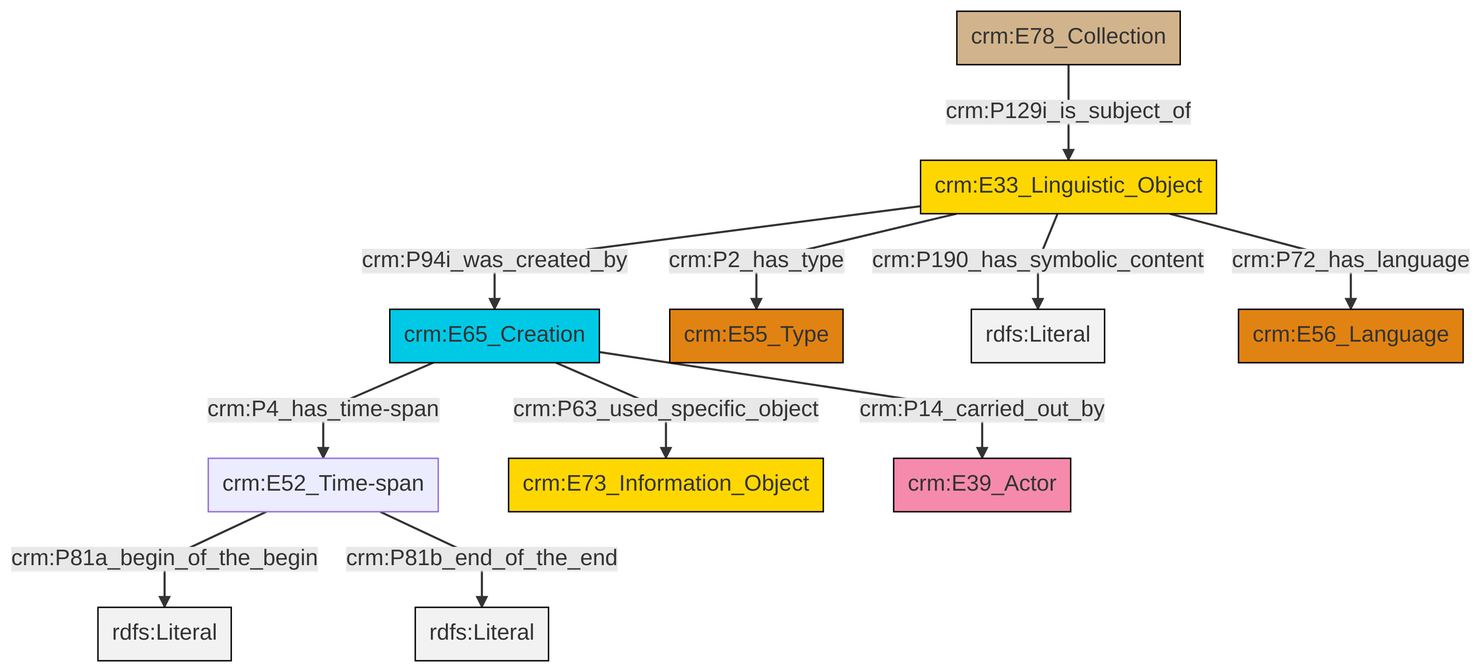
Earlier version of the Mermaid export et/archivalCSV/ttl/mmd/png/archival_desc.png (swiss-art-research-net/docs.swissartresearch). Its source is kept beside it as et/archivalCSV/ttl/mmd/archival_desc.ttl.mmd.
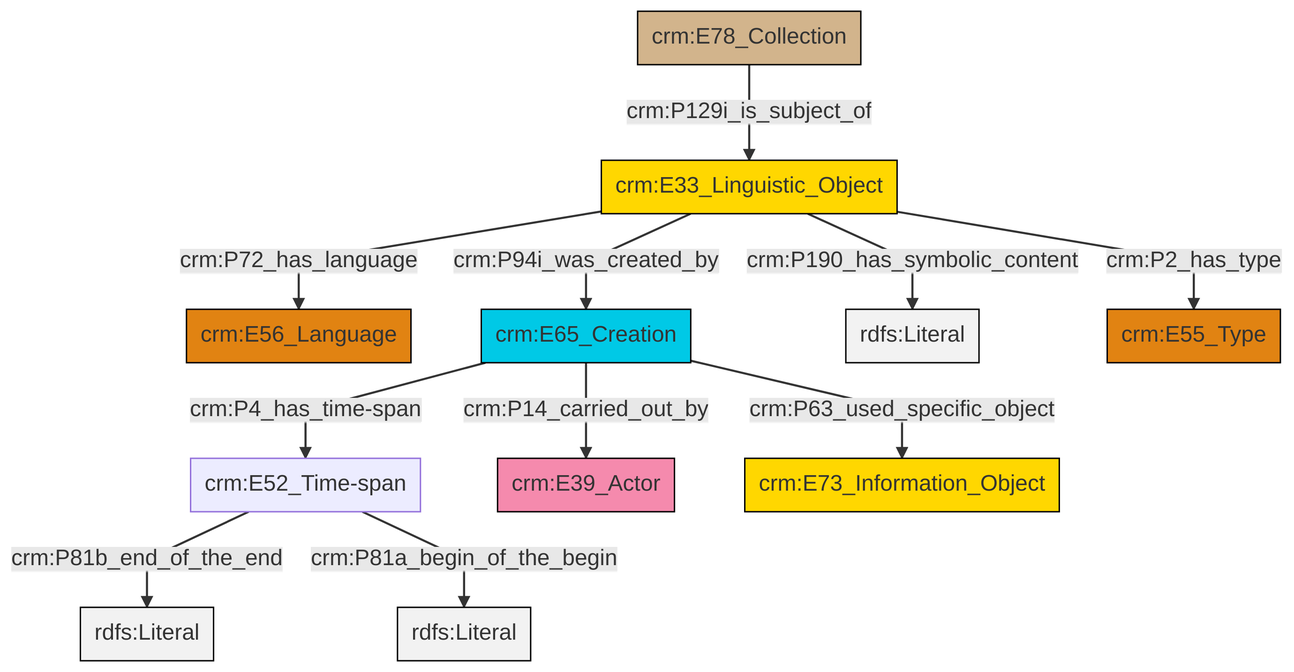
The same file after the commit.

The edit, as a diff of the source:
```diff
@@ -13,13 +13,13 @@
 classDef PC_Classes fill:#4ce600, stroke:#000000;
 classDef Multi fill:#cccccc,stroke:#000000;
 
-0["crm:E78_Collection"]:::Physical_Thing -->|crm:P129i_is_subject_of| 1["crm:E33_Linguistic_Object"]:::Conceptual_Object
-1["crm:E33_Linguistic_Object"]:::Conceptual_Object -->|crm:P94i_was_created_by| 2["crm:E65_Creation"]:::Temporal_Entity
-5["crm:E52_Time-span"]:::Default -->|crm:P81a_begin_of_the_begin| 7[rdfs:Literal]:::Literal
-1["crm:E33_Linguistic_Object"]:::Conceptual_Object -->|crm:P2_has_type| 8["crm:E55_Type"]:::Type
-2["crm:E65_Creation"]:::Temporal_Entity -->|crm:P14_carried_out_by| 12["crm:E39_Actor"]:::Actor
-1["crm:E33_Linguistic_Object"]:::Conceptual_Object -->|crm:P190_has_symbolic_content| 13[rdfs:Literal]:::Literal
-2["crm:E65_Creation"]:::Temporal_Entity -->|crm:P4_has_time-span| 5["crm:E52_Time-span"]:::Default
-2["crm:E65_Creation"]:::Temporal_Entity -->|crm:P63_used_specific_object| 10["crm:E73_Information_Object"]:::Conceptual_Object
-5["crm:E52_Time-span"]:::Default -->|crm:P81b_end_of_the_end| 17[rdfs:Literal]:::Literal
-1["crm:E33_Linguistic_Object"]:::Conceptual_Object -->|crm:P72_has_language| 15["crm:E56_Language"]:::Type
+0["crm:E33_Linguistic_Object"]:::Conceptual_Object -->|crm:P72_has_language| 1["crm:E56_Language"]:::Type
+2["crm:E52_Time-span"]:::Default -->|crm:P81b_end_of_the_end| 3[rdfs:Literal]:::Literal
+4["crm:E65_Creation"]:::Temporal_Entity -->|crm:P4_has_time-span| 2["crm:E52_Time-span"]:::Default
+0["crm:E33_Linguistic_Object"]:::Conceptual_Object -->|crm:P190_has_symbolic_content| 5[rdfs:Literal]:::Literal
+2["crm:E52_Time-span"]:::Default -->|crm:P81a_begin_of_the_begin| 8[rdfs:Literal]:::Literal
+0["crm:E33_Linguistic_Object"]:::Conceptual_Object -->|crm:P2_has_type| 6["crm:E55_Type"]:::Type
+12["crm:E78_Collection"]:::Physical_Thing -->|crm:P129i_is_subject_of| 0["crm:E33_Linguistic_Object"]:::Conceptual_Object
+0["crm:E33_Linguistic_Object"]:::Conceptual_Object -->|crm:P94i_was_created_by| 4["crm:E65_Creation"]:::Temporal_Entity
+4["crm:E65_Creation"]:::Temporal_Entity -->|crm:P63_used_specific_object| 17["crm:E73_Information_Object"]:::Conceptual_Object
+4["crm:E65_Creation"]:::Temporal_Entity -->|crm:P14_carried_out_by| 15["crm:E39_Actor"]:::Actor
```
